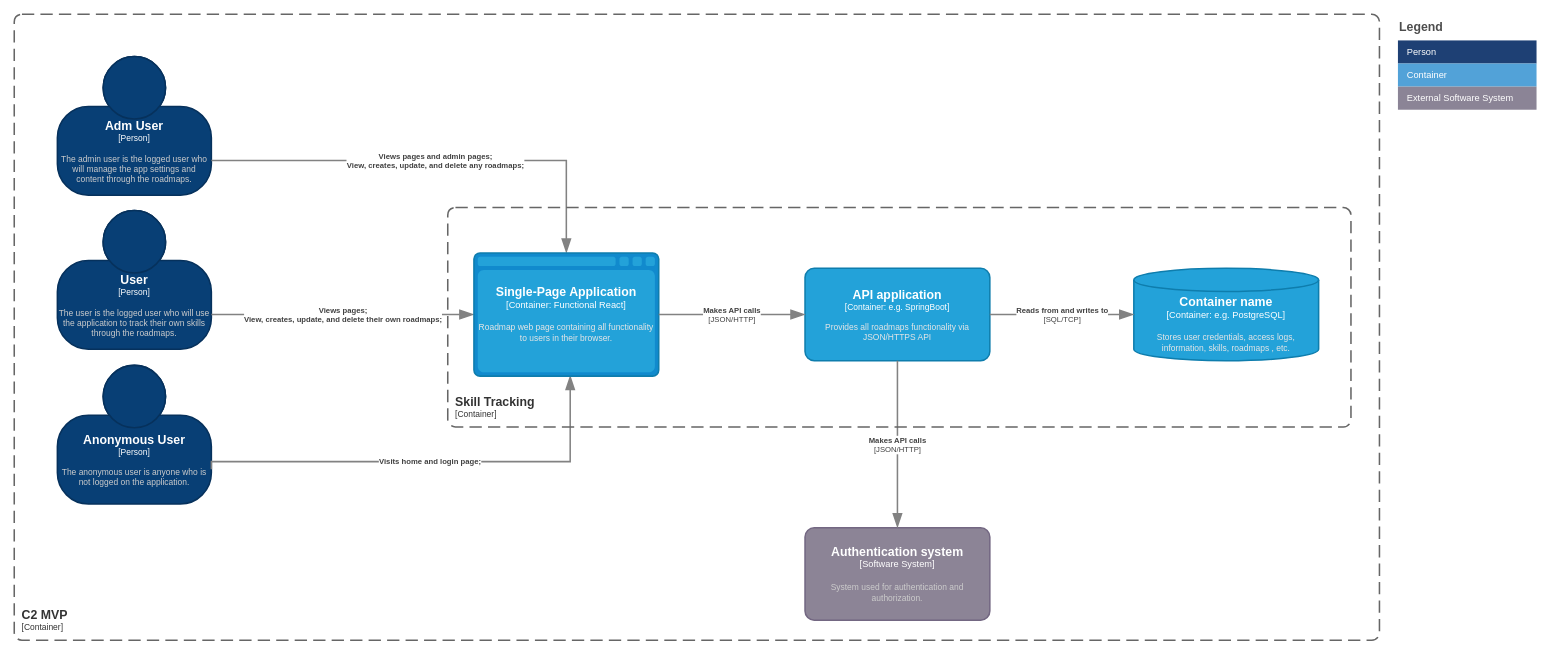
Before: page "C2 model (MVP)" (2 of 4) of doc/non_functional/diagram/c4model.drawio in Malaguth/skill-tracking, a draw.io diagram. Source tidied: cells renumbered, new cells numbered last; positions are measured from the earlier drawing's top-left corner, leaving out a move shared by most shapes. Both pictures are drawn from the tidied source at 77%, with x=0, y=0 at pixel (14, 14).
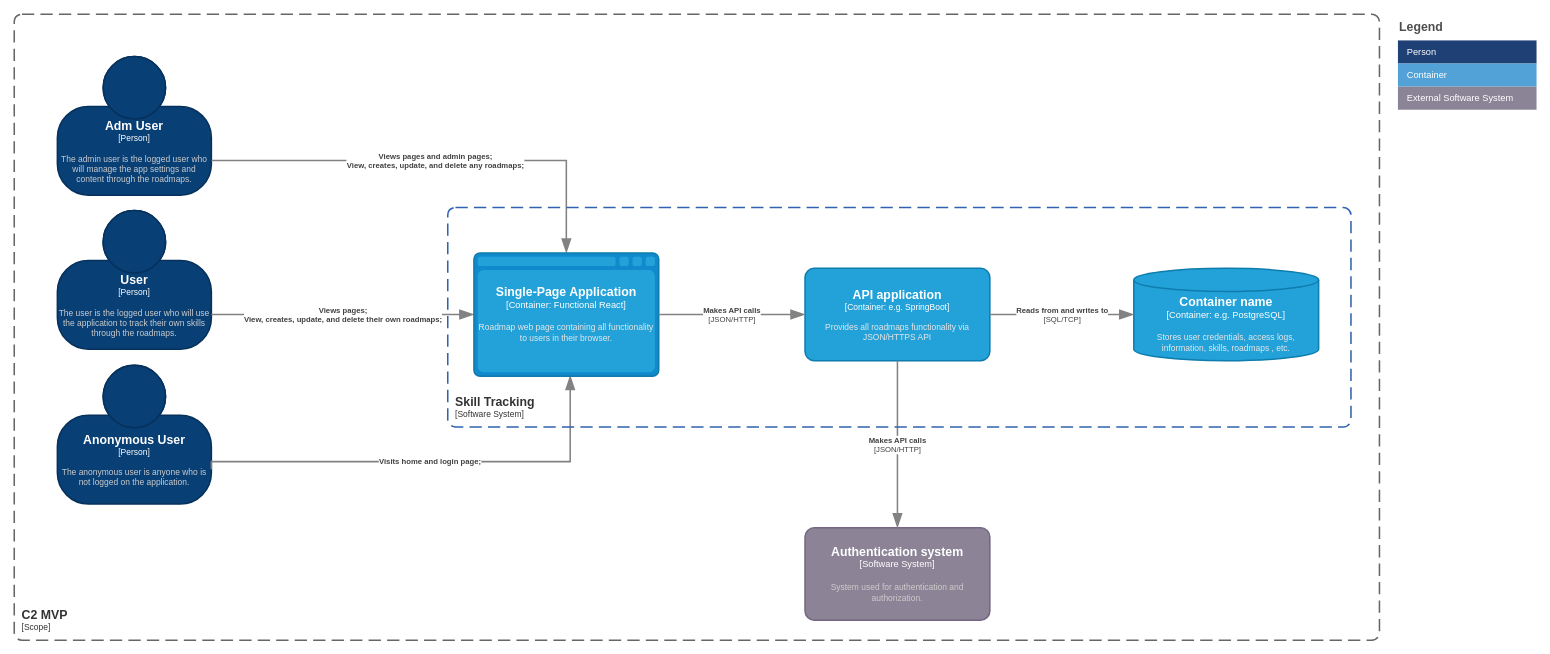
Above is the later version.

Change to the diagram source:
```diff
@@
-    <object id="10" label="&lt;font style=&quot;font-size: 16px&quot;&gt;&lt;b&gt;&lt;div style=&quot;text-align: left&quot;&gt;%c4Name%&lt;/div&gt;&lt;/b&gt;&lt;/font&gt;&lt;div style=&quot;text-align: left&quot;&gt;[%c4Application%]&lt;/div&gt;" c4Application="Container" c4Name="C2 MVP" placeholders="1">
+    <object id="10" label="&lt;font style=&quot;font-size: 16px&quot;&gt;&lt;b&gt;&lt;div style=&quot;text-align: left&quot;&gt;%c4Name%&lt;/div&gt;&lt;/b&gt;&lt;/font&gt;&lt;div style=&quot;text-align: left&quot;&gt;[%c4Application%]&lt;/div&gt;" c4Application="Scope" c4Name="C2 MVP" placeholders="1">
       <mxCell style="rounded=1;fontSize=11;whiteSpace=wrap;html=1;dashed=1;arcSize=20;fillColor=none;strokeColor=#666666;fontColor=#333333;labelBackgroundColor=none;align=left;verticalAlign=bottom;labelBorderColor=none;spacingTop=0;spacing=10;dashPattern=8 4;perimeter=rectanglePerimeter;noLabel=0;labelPadding=0;absoluteArcSize=1;strokeWidth=2;" parent="1" vertex="1">
         <mxGeometry width="1773" height="813" as="geometry" />
       </mxCell>
     </object>
@@
-    <object id="14" label="&lt;font style=&quot;font-size: 16px&quot;&gt;&lt;b&gt;&lt;div style=&quot;text-align: left&quot;&gt;%c4Name%&lt;/div&gt;&lt;/b&gt;&lt;/font&gt;&lt;div style=&quot;text-align: left&quot;&gt;[%c4Application%]&lt;/div&gt;" c4Application="Container" c4Name="Skill Tracking" placeholders="1">
-      <mxCell style="rounded=1;fontSize=11;whiteSpace=wrap;html=1;dashed=1;arcSize=20;fillColor=none;strokeColor=#666666;fontColor=#333333;labelBackgroundColor=none;align=left;verticalAlign=bottom;labelBorderColor=none;spacingTop=0;spacing=10;dashPattern=8 4;perimeter=rectanglePerimeter;noLabel=0;labelPadding=0;absoluteArcSize=1;strokeWidth=2;" parent="1" vertex="1">
+    <object id="14" label="&lt;font style=&quot;font-size: 16px&quot;&gt;&lt;b&gt;&lt;div style=&quot;text-align: left&quot;&gt;%c4Name%&lt;/div&gt;&lt;/b&gt;&lt;/font&gt;&lt;div style=&quot;text-align: left&quot;&gt;[%c4Application%]&lt;/div&gt;" c4Application="Software System" c4Name="Skill Tracking" placeholders="1">
+      <mxCell style="rounded=1;fontSize=11;whiteSpace=wrap;html=1;dashed=1;arcSize=20;fillColor=none;strokeColor=#3162AF;fontColor=#333333;labelBackgroundColor=none;align=left;verticalAlign=bottom;labelBorderColor=none;spacingTop=0;spacing=10;dashPattern=8 4;perimeter=rectanglePerimeter;noLabel=0;labelPadding=0;absoluteArcSize=1;strokeWidth=2;" parent="1" vertex="1">
         <mxGeometry x="563" y="251" width="1173" height="285" as="geometry" />
       </mxCell>
     </object>
```
